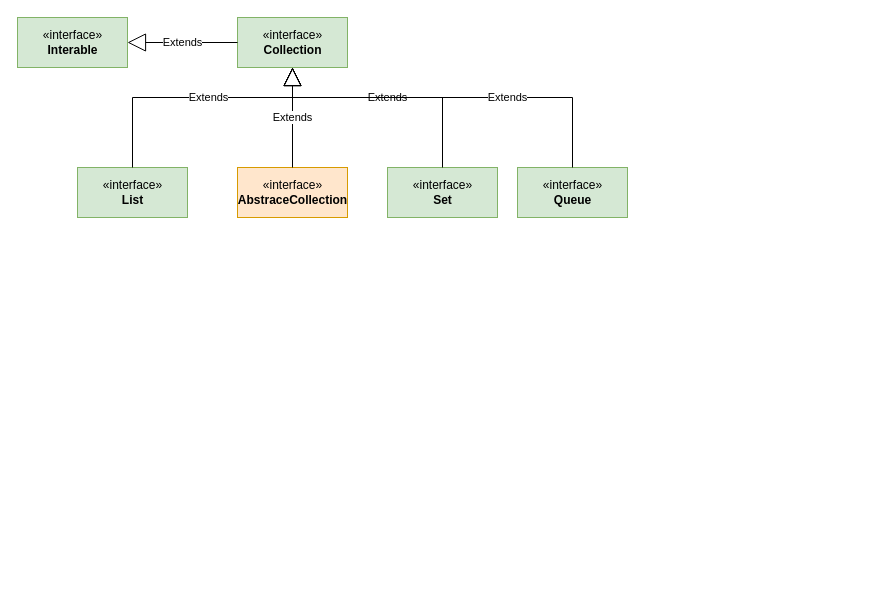
The draw.io diagram collections.drawio in seuzxc/book, before the edit. Source tidied: cells renumbered, new cells numbered last; positions are measured from the earlier drawing's top-left corner, leaving out a move shared by most shapes. Both pictures are drawn from the tidied source at 100%, with x=0, y=0 at pixel (17, 17).
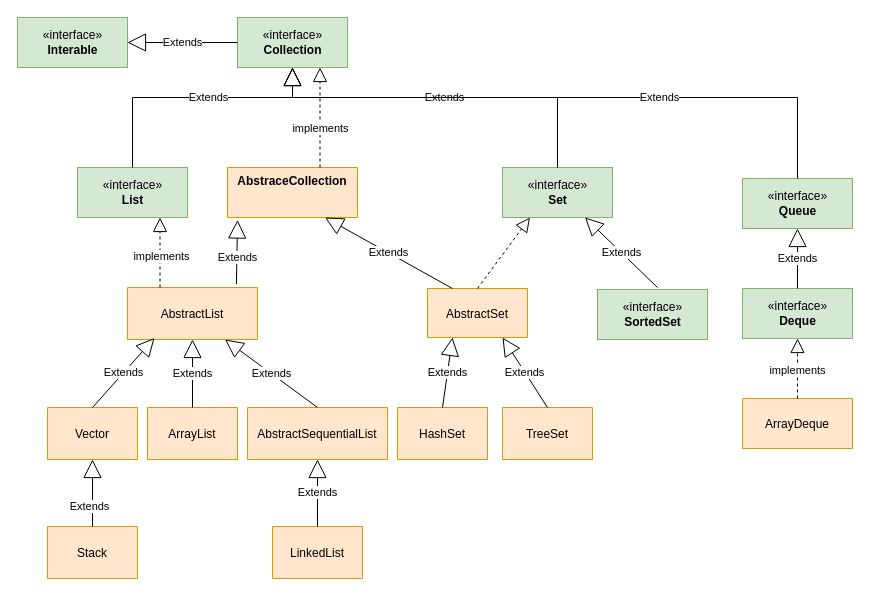
After the change.

The change refers to these unchanged cells:
```xml
<mxCell id="3" value="«interface»&lt;br&gt;&lt;b&gt;Collection&lt;/b&gt;" style="html=1;fillColor=#d5e8d4;strokeColor=#82b366;" parent="1" vertex="1">
  <mxGeometry x="220" width="110" height="50" as="geometry" />
</mxCell>
<mxCell id="8" value="«interface»&lt;br&gt;&lt;b&gt;List&lt;/b&gt;" style="html=1;fillColor=#d5e8d4;strokeColor=#82b366;" parent="1" vertex="1">
  <mxGeometry x="60" y="150" width="110" height="50" as="geometry" />
</mxCell>
```

Diff of the diagram source:
```diff
@@
-    <mxCell id="5" value="«interface»&lt;br&gt;&lt;b&gt;AbstraceCollection&lt;/b&gt;" style="html=1;fillColor=#ffe6cc;strokeColor=#d79b00;" parent="1" vertex="1">
-      <mxGeometry x="220" y="150" width="110" height="50" as="geometry" />
-    </mxCell>
-    <mxCell id="6" value="Extends" style="endArrow=block;endSize=16;endFill=0;html=1;rounded=0;exitX=0.5;exitY=0;exitDx=0;exitDy=0;entryX=0.5;entryY=1;entryDx=0;entryDy=0;" parent="1" edge="1" source="5" target="3">
-      <mxGeometry relative="1" as="geometry" />
-    </mxCell>
     <mxCell id="7" value="«interface»&lt;br&gt;&lt;b&gt;Set&lt;/b&gt;" style="html=1;fillColor=#d5e8d4;strokeColor=#82b366;" parent="1" vertex="1">
-      <mxGeometry x="370" y="150" width="110" height="50" as="geometry" />
+      <mxGeometry x="485" y="150" width="110" height="50" as="geometry" />
     </mxCell>
@@
     <mxCell id="9" value="«interface»&lt;br&gt;&lt;b&gt;Queue&lt;/b&gt;" style="html=1;fillColor=#d5e8d4;strokeColor=#82b366;" parent="1" vertex="1">
-      <mxGeometry x="500" y="150" width="110" height="50" as="geometry" />
+      <mxGeometry x="725" y="161" width="110" height="50" as="geometry" />
     </mxCell>
@@
     <mxCell id="11" value="Extends" style="endArrow=block;endSize=16;endFill=0;html=1;rounded=0;exitX=0.5;exitY=0;exitDx=0;exitDy=0;" parent="1" edge="1" source="7">
       <mxGeometry relative="1" as="geometry">
         <mxPoint x="275" y="50" as="targetPoint" />
         <Array as="points">
-          <mxPoint x="425" y="80" />
+          <mxPoint x="540" y="80" />
           <mxPoint x="275" y="80" />
         </Array>
       </mxGeometry>
     </mxCell>
     <mxCell id="12" value="Extends" style="endArrow=block;endSize=16;endFill=0;html=1;rounded=0;exitX=0.5;exitY=0;exitDx=0;exitDy=0;entryX=0.5;entryY=1;entryDx=0;entryDy=0;" parent="1" edge="1" source="9" target="3">
       <mxGeometry x="-0.29" relative="1" as="geometry">
         <Array as="points">
-          <mxPoint x="555" y="80" />
+          <mxPoint x="780" y="80" />
           <mxPoint x="275" y="80" />
         </Array>
       </mxGeometry>
     </mxCell>
+    <mxCell id="13" value="AbstraceCollection" style="swimlane;fontStyle=1;align=center;verticalAlign=top;horizontal=1;startSize=50;fillColor=#ffe6cc;strokeColor=#d79b00;" parent="1" vertex="1">
+      <mxGeometry x="210" y="150" width="130" height="50" as="geometry" />
+    </mxCell>
+    <mxCell id="14" style="endArrow=block;dashed=1;endFill=0;endSize=12;html=1;rounded=0;entryX=0.75;entryY=1;entryDx=0;entryDy=0;exitX=0.75;exitY=0;exitDx=0;exitDy=0;" parent="1" edge="1" target="3">
+      <mxGeometry relative="1" as="geometry">
+        <mxPoint x="302.5" y="150" as="sourcePoint" />
+      </mxGeometry>
+    </mxCell>
+    <mxCell id="15" value="implements&lt;br&gt;" style="edgeLabel;html=1;align=center;verticalAlign=middle;" parent="14" vertex="1">
+      <mxGeometry x="-0.2" y="1" relative="1" as="geometry">
+        <mxPoint x="1" as="offset" />
+      </mxGeometry>
+    </mxCell>
+    <mxCell id="16" value="AbstractList" style="swimlane;fontStyle=0;horizontal=1;startSize=52;fillColor=#ffe6cc;strokeColor=#d79b00;" parent="1" vertex="1">
+      <mxGeometry x="110" y="270" width="130" height="52" as="geometry" />
+    </mxCell>
+    <mxCell id="17" style="endArrow=block;dashed=1;endFill=0;endSize=12;html=1;rounded=0;entryX=0.75;entryY=1;entryDx=0;entryDy=0;exitX=0.25;exitY=0;exitDx=0;exitDy=0;" parent="1" edge="1" source="16" target="8">
+      <mxGeometry relative="1" as="geometry" />
+    </mxCell>
+    <mxCell id="18" value="implements" style="edgeLabel;html=1;align=center;verticalAlign=middle;" parent="17" vertex="1">
+      <mxGeometry x="-0.07" relative="1" as="geometry">
+        <mxPoint x="1" y="1" as="offset" />
+      </mxGeometry>
+    </mxCell>
+    <mxCell id="19" value="Extends" style="endArrow=block;endSize=16;endFill=0;html=1;rounded=0;exitX=0.838;exitY=-0.067;exitDx=0;exitDy=0;exitPerimeter=0;entryX=0.077;entryY=1.05;entryDx=0;entryDy=0;entryPerimeter=0;" parent="1" edge="1" source="16" target="13">
+      <mxGeometry x="-0.17" y="-1" relative="1" as="geometry" />
+    </mxCell>
+    <mxCell id="20" value="ArrayList" style="swimlane;fontStyle=0;horizontal=1;startSize=52;fillColor=#ffe6cc;strokeColor=#d79b00;" parent="1" vertex="1">
+      <mxGeometry x="130" y="390" width="90" height="52" as="geometry" />
+    </mxCell>
+    <mxCell id="21" value="Extends" style="endArrow=block;endSize=16;endFill=0;html=1;rounded=0;entryX=0.5;entryY=1;entryDx=0;entryDy=0;" parent="1" edge="1" source="20" target="16">
+      <mxGeometry relative="1" as="geometry" />
+    </mxCell>
+    <mxCell id="22" value="Vector" style="swimlane;fontStyle=0;horizontal=1;startSize=52;fillColor=#ffe6cc;strokeColor=#d79b00;" parent="1" vertex="1">
+      <mxGeometry x="30" y="390" width="90" height="52" as="geometry" />
+    </mxCell>
+    <mxCell id="23" value="Extends" style="endArrow=block;endSize=16;endFill=0;html=1;rounded=0;exitX=0.5;exitY=0;exitDx=0;exitDy=0;entryX=0.208;entryY=0.971;entryDx=0;entryDy=0;entryPerimeter=0;" parent="1" edge="1" source="22" target="16">
+      <mxGeometry relative="1" as="geometry" />
+    </mxCell>
+    <mxCell id="24" value="AbstractSequentialList" style="swimlane;fontStyle=0;horizontal=1;startSize=52;fillColor=#ffe6cc;strokeColor=#d79b00;" parent="1" vertex="1">
+      <mxGeometry x="230" y="390" width="140" height="52" as="geometry" />
+    </mxCell>
+    <mxCell id="25" value="Extends" style="endArrow=block;endSize=16;endFill=0;html=1;rounded=0;entryX=0.75;entryY=1;entryDx=0;entryDy=0;" parent="24" edge="1" target="16">
+      <mxGeometry relative="1" as="geometry">
+        <mxPoint x="70" as="sourcePoint" />
+      </mxGeometry>
+    </mxCell>
+    <mxCell id="26" value="LinkedList" style="swimlane;fontStyle=0;horizontal=1;startSize=52;fillColor=#ffe6cc;strokeColor=#d79b00;" parent="1" vertex="1">
+      <mxGeometry x="255" y="509" width="90" height="52" as="geometry" />
+    </mxCell>
+    <mxCell id="27" value="Stack" style="swimlane;fontStyle=0;horizontal=1;startSize=52;fillColor=#ffe6cc;strokeColor=#d79b00;" parent="1" vertex="1">
+      <mxGeometry x="30" y="509" width="90" height="52" as="geometry" />
+    </mxCell>
+    <mxCell id="28" value="«interface»&lt;br&gt;&lt;b&gt;Deque&lt;/b&gt;" style="html=1;fillColor=#d5e8d4;strokeColor=#82b366;" parent="1" vertex="1">
+      <mxGeometry x="725" y="271" width="110" height="50" as="geometry" />
+    </mxCell>
+    <mxCell id="29" value="Extends" style="endArrow=block;endSize=16;endFill=0;html=1;rounded=0;entryX=0.5;entryY=1;entryDx=0;entryDy=0;exitX=0.5;exitY=0;exitDx=0;exitDy=0;" parent="1" edge="1" source="28" target="9">
+      <mxGeometry relative="1" as="geometry" />
+    </mxCell>
+    <mxCell id="30" value="ArrayDeque" style="swimlane;fontStyle=0;horizontal=1;startSize=52;fillColor=#ffe6cc;strokeColor=#d79b00;" parent="1" vertex="1">
+      <mxGeometry x="725" y="381" width="110" height="50" as="geometry" />
+    </mxCell>
+    <mxCell id="31" style="endArrow=block;dashed=1;endFill=0;endSize=12;html=1;rounded=0;exitX=0.5;exitY=0;exitDx=0;exitDy=0;entryX=0.5;entryY=1;entryDx=0;entryDy=0;" parent="1" edge="1" source="30" target="28">
+      <mxGeometry relative="1" as="geometry" />
+    </mxCell>
+    <mxCell id="32" value="implements" style="edgeLabel;html=1;align=center;verticalAlign=middle;" parent="31" vertex="1">
+      <mxGeometry x="-0.03" y="1" relative="1" as="geometry" />
+    </mxCell>
+    <mxCell id="33" value="AbstractSet" style="swimlane;fontStyle=0;horizontal=1;startSize=52;fillColor=#ffe6cc;strokeColor=#d79b00;" parent="1" vertex="1">
+      <mxGeometry x="410" y="271" width="100" height="49" as="geometry" />
+    </mxCell>
+    <mxCell id="34" value="«interface»&lt;br&gt;&lt;b&gt;SortedSet&lt;/b&gt;" style="html=1;fillColor=#d5e8d4;strokeColor=#82b366;" parent="1" vertex="1">
+      <mxGeometry x="580" y="272" width="110" height="50" as="geometry" />
+    </mxCell>
+    <mxCell id="35" value="Extends" style="endArrow=block;endSize=16;endFill=0;html=1;rounded=0;entryX=0.75;entryY=1;entryDx=0;entryDy=0;" parent="1" edge="1" target="7">
+      <mxGeometry relative="1" as="geometry">
+        <mxPoint x="640" y="270" as="sourcePoint" />
+      </mxGeometry>
+    </mxCell>
+    <mxCell id="36" style="endArrow=block;dashed=1;endFill=0;endSize=12;html=1;rounded=0;entryX=0.25;entryY=1;entryDx=0;entryDy=0;exitX=0.5;exitY=0;exitDx=0;exitDy=0;" parent="1" edge="1" source="33" target="7">
+      <mxGeometry relative="1" as="geometry" />
+    </mxCell>
+    <mxCell id="37" value="Extends" style="endArrow=block;endSize=16;endFill=0;html=1;rounded=0;entryX=0.75;entryY=1;entryDx=0;entryDy=0;exitX=0.25;exitY=0;exitDx=0;exitDy=0;" parent="1" edge="1" source="33" target="13">
+      <mxGeometry relative="1" as="geometry" />
+    </mxCell>
+    <mxCell id="38" value="HashSet" style="swimlane;fontStyle=0;horizontal=1;startSize=52;fillColor=#ffe6cc;strokeColor=#d79b00;" parent="1" vertex="1">
+      <mxGeometry x="380" y="390" width="90" height="52" as="geometry" />
+    </mxCell>
+    <mxCell id="39" value="Extends" style="endArrow=block;endSize=16;endFill=0;html=1;rounded=0;entryX=0.5;entryY=1;entryDx=0;entryDy=0;exitX=0.5;exitY=0;exitDx=0;exitDy=0;" parent="1" edge="1" source="26" target="24">
+      <mxGeometry relative="1" as="geometry" />
+    </mxCell>
+    <mxCell id="40" value="Extends" style="endArrow=block;endSize=16;endFill=0;html=1;rounded=0;entryX=0.5;entryY=1;entryDx=0;entryDy=0;exitX=0.5;exitY=0;exitDx=0;exitDy=0;" parent="1" edge="1" source="27" target="22">
+      <mxGeometry x="-0.39" y="2" relative="1" as="geometry">
+        <mxPoint x="-1" as="offset" />
+      </mxGeometry>
+    </mxCell>
+    <mxCell id="41" value="Extends" style="endArrow=block;endSize=16;endFill=0;html=1;rounded=0;entryX=0.25;entryY=1;entryDx=0;entryDy=0;exitX=0.5;exitY=0;exitDx=0;exitDy=0;" parent="1" edge="1" source="38" target="33">
+      <mxGeometry relative="1" as="geometry" />
+    </mxCell>
+    <mxCell id="42" value="TreeSet" style="swimlane;fontStyle=0;horizontal=1;startSize=52;fillColor=#ffe6cc;strokeColor=#d79b00;" parent="1" vertex="1">
+      <mxGeometry x="485" y="390" width="90" height="52" as="geometry" />
+    </mxCell>
+    <mxCell id="43" value="Extends" style="endArrow=block;endSize=16;endFill=0;html=1;rounded=0;exitX=0.5;exitY=0;exitDx=0;exitDy=0;entryX=0.75;entryY=1;entryDx=0;entryDy=0;" parent="1" edge="1" source="42" target="33">
+      <mxGeometry relative="1" as="geometry" />
+    </mxCell>
```
